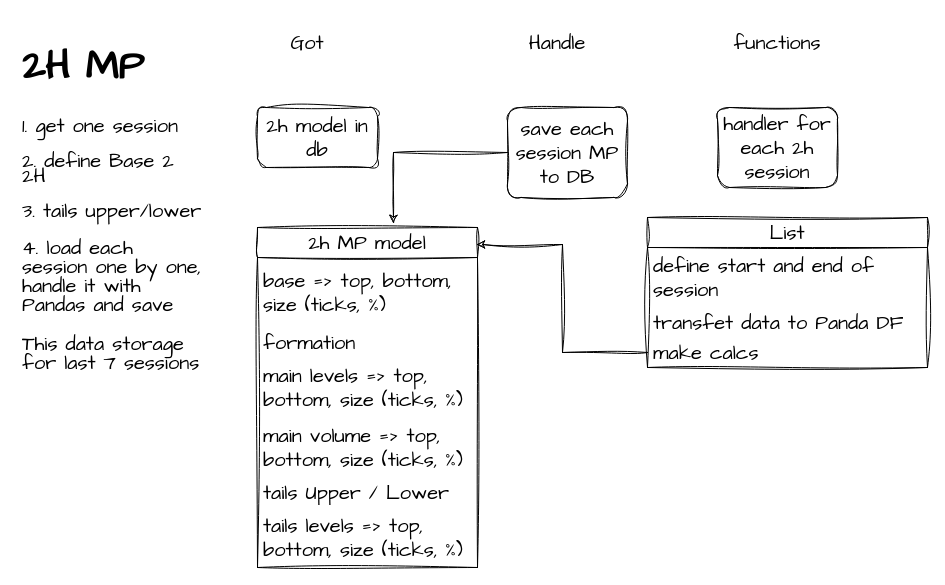
Before: page "2h_mp" (3 of 7) of structure.drawio in Kupavtsev/markets_data_handler, a draw.io diagram. Source tidied: cells renumbered, new cells numbered last; positions are measured from the earlier drawing's top-left corner, leaving out a move shared by most shapes. Both pictures are drawn from the tidied source at 100%, with x=0, y=0 at pixel (17, 27).
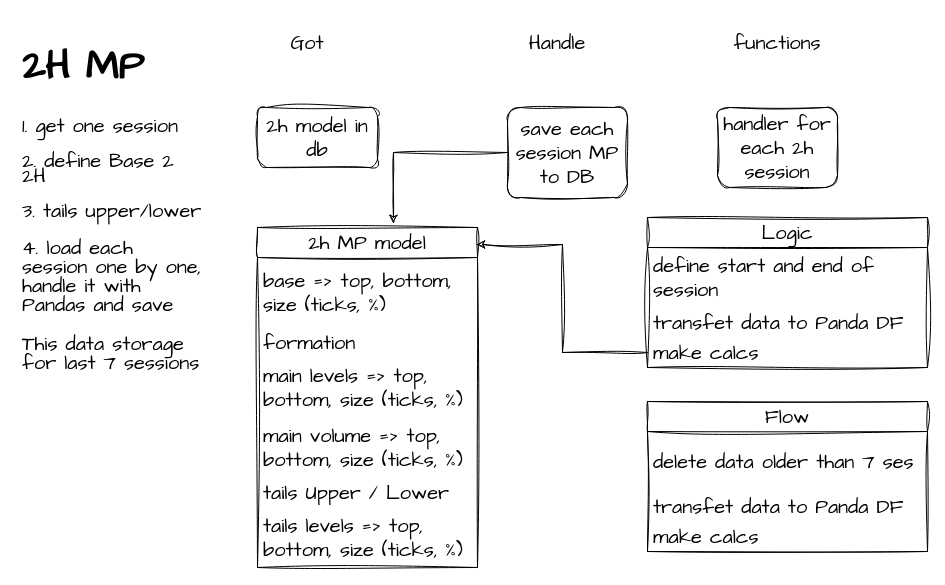
The same page after the edit.

Change to the diagram source:
```diff
@@
-    <mxCell id="17" value="List" style="swimlane;fontStyle=0;horizontal=1;startSize=30;whiteSpace=wrap;html=1;sketch=1;hachureGap=4;jiggle=2;curveFitting=1;fontFamily=Architects Daughter;fontSize=20;" parent="1" vertex="1">
+    <mxCell id="17" value="Logic" style="swimlane;fontStyle=0;horizontal=1;startSize=30;whiteSpace=wrap;html=1;sketch=1;hachureGap=4;jiggle=2;curveFitting=1;fontFamily=Architects Daughter;fontSize=20;" parent="1" vertex="1">
       <mxGeometry x="630" y="190" width="280" height="150" as="geometry" />
     </mxCell>
@@
+    <mxCell id="22" value="Flow" style="swimlane;fontStyle=0;horizontal=1;startSize=30;whiteSpace=wrap;html=1;sketch=1;hachureGap=4;jiggle=2;curveFitting=1;fontFamily=Architects Daughter;fontSize=20;" parent="1" vertex="1">
+      <mxGeometry x="630" y="374" width="280" height="150" as="geometry" />
+    </mxCell>
+    <mxCell id="23" value="delete data older than 7 ses" style="text;strokeColor=none;fillColor=none;align=left;verticalAlign=middle;spacingLeft=4;spacingRight=4;overflow=hidden;whiteSpace=wrap;html=1;fontSize=20;fontFamily=Architects Daughter;" parent="22" vertex="1">
+      <mxGeometry y="30" width="280" height="60" as="geometry" />
+    </mxCell>
+    <mxCell id="24" value="transfet data to Panda DF" style="text;strokeColor=none;fillColor=none;align=left;verticalAlign=middle;spacingLeft=4;spacingRight=4;overflow=hidden;whiteSpace=wrap;html=1;fontSize=20;fontFamily=Architects Daughter;" parent="22" vertex="1">
+      <mxGeometry y="90" width="280" height="30" as="geometry" />
+    </mxCell>
+    <mxCell id="25" value="make calcs" style="text;strokeColor=none;fillColor=none;align=left;verticalAlign=middle;spacingLeft=4;spacingRight=4;overflow=hidden;whiteSpace=wrap;html=1;fontSize=20;fontFamily=Architects Daughter;" parent="22" vertex="1">
+      <mxGeometry y="120" width="280" height="30" as="geometry" />
+    </mxCell>
```
